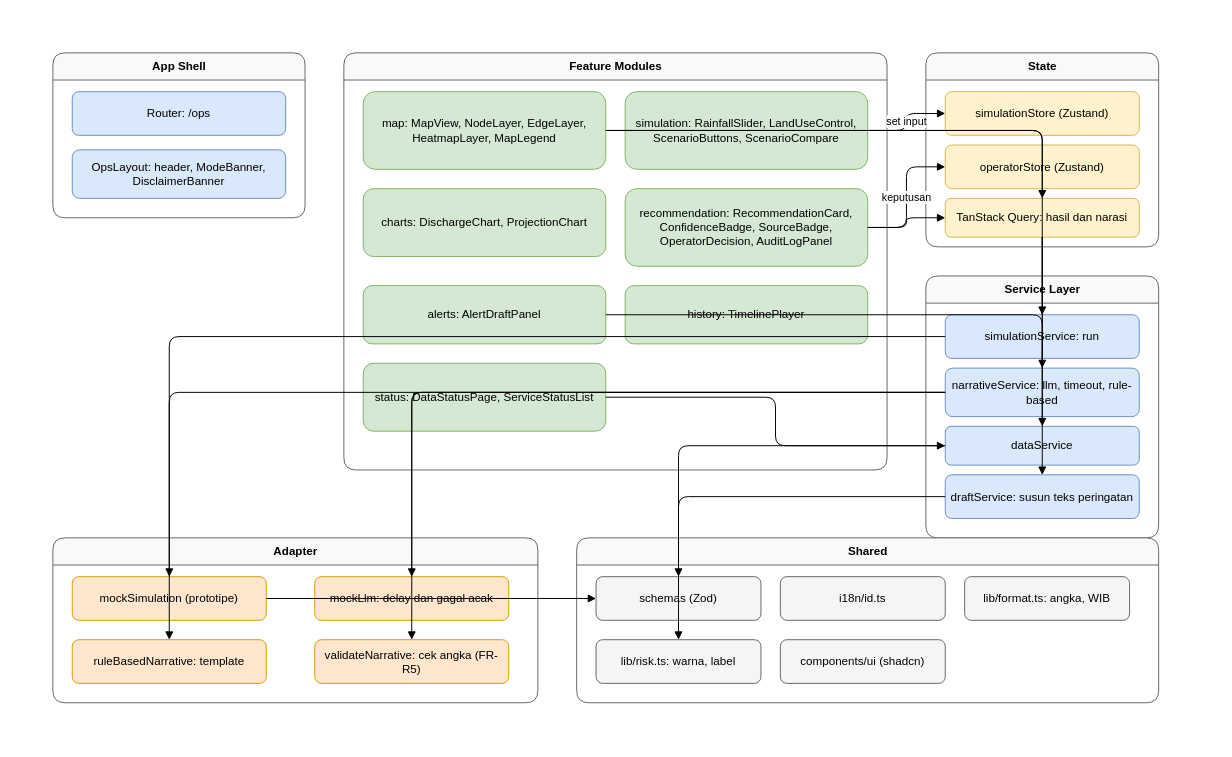
The draw.io diagram docs/diagrams/03-component-frontend.drawio in argonurcahyo/si_bridges, before the edit. Source tidied: cells renumbered, new cells numbered last; positions are measured from the earlier drawing's top-left corner, leaving out a move shared by most shapes. Both pictures are drawn from the tidied source at 97%, with x=0, y=0 at pixel (52, 52).
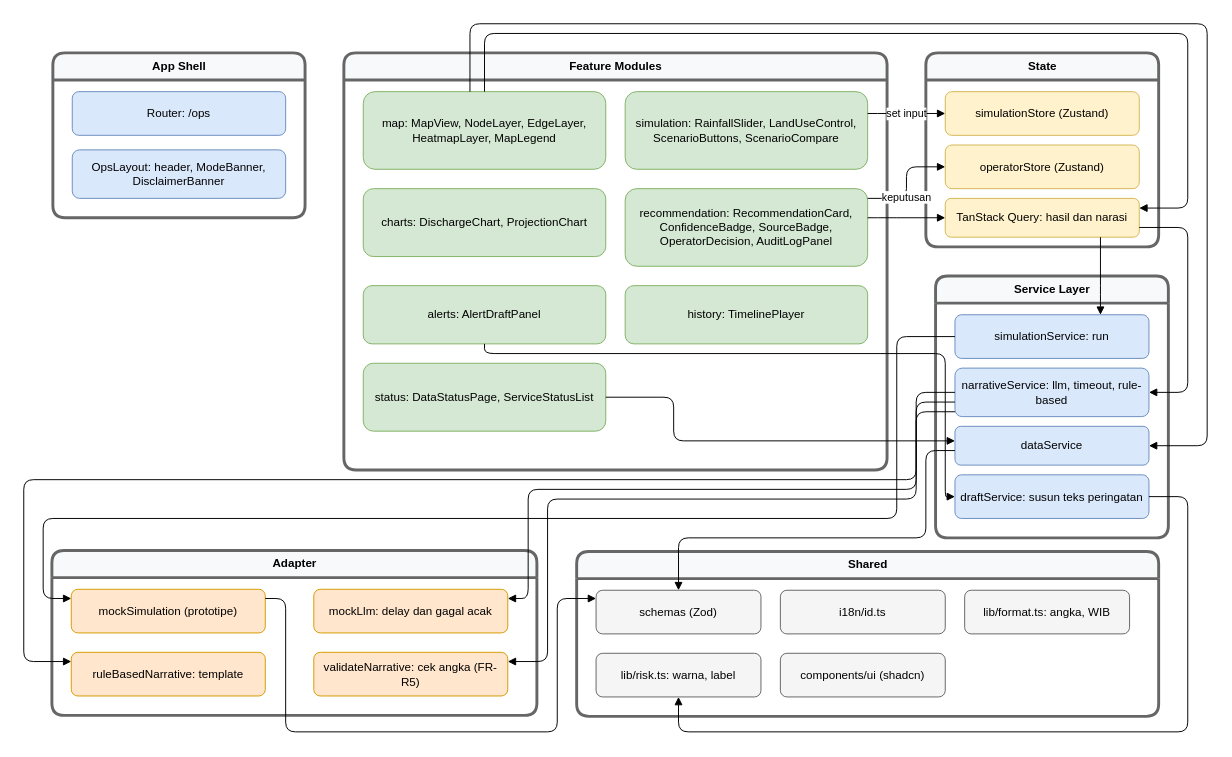
After the change.

The change refers to these unchanged cells:
```xml
<mxCell id="6" value="map: MapView, NodeLayer, EdgeLayer, HeatmapLayer, MapLegend" style="rounded=1;whiteSpace=wrap;html=1;fillColor=#D5E8D4;strokeColor=#82B366;" parent="5" vertex="1">
  <mxGeometry x="20" y="40" width="250" height="80" as="geometry" />
</mxCell>
<mxCell id="7" value="simulation: RainfallSlider, LandUseControl, ScenarioButtons, ScenarioCompare" style="rounded=1;whiteSpace=wrap;html=1;fillColor=#D5E8D4;strokeColor=#82B366;" parent="5" vertex="1">
  <mxGeometry x="290" y="40" width="250" height="80" as="geometry" />
</mxCell>
<mxCell id="9" value="recommendation: RecommendationCard, ConfidenceBadge, SourceBadge, OperatorDecision, AuditLogPanel" style="rounded=1;whiteSpace=wrap;html=1;fillColor=#D5E8D4;strokeColor=#82B366;" parent="5" vertex="1">
  <mxGeometry x="290" y="140" width="250" height="80" as="geometry" />
</mxCell>
<mxCell id="10" value="alerts: AlertDraftPanel" style="rounded=1;whiteSpace=wrap;html=1;fillColor=#D5E8D4;strokeColor=#82B366;" parent="5" vertex="1">
  <mxGeometry x="20" y="240" width="250" height="60" as="geometry" />
</mxCell>
<mxCell id="12" value="status: DataStatusPage, ServiceStatusList" style="rounded=1;whiteSpace=wrap;html=1;fillColor=#D5E8D4;strokeColor=#82B366;" parent="5" vertex="1">
  <mxGeometry x="20" y="320" width="250" height="70" as="geometry" />
</mxCell>
<mxCell id="14" value="simulationStore (Zustand)" style="rounded=1;whiteSpace=wrap;html=1;fillColor=#FFF2CC;strokeColor=#D6B656;" parent="13" vertex="1">
  <mxGeometry x="20" y="40" width="200" height="45" as="geometry" />
</mxCell>
<mxCell id="15" value="operatorStore (Zustand)" style="rounded=1;whiteSpace=wrap;html=1;fillColor=#FFF2CC;strokeColor=#D6B656;" parent="13" vertex="1">
  <mxGeometry x="20" y="95" width="200" height="45" as="geometry" />
</mxCell>
<mxCell id="16" value="TanStack Query: hasil dan narasi" style="rounded=1;whiteSpace=wrap;html=1;fillColor=#FFF2CC;strokeColor=#D6B656;" parent="13" vertex="1">
  <mxGeometry x="20" y="150" width="200" height="40" as="geometry" />
</mxCell>
<mxCell id="18" value="simulationService: run" style="rounded=1;whiteSpace=wrap;html=1;fillColor=#DAE8FC;strokeColor=#6C8EBF;" parent="17" vertex="1">
  <mxGeometry x="20" y="40" width="200" height="45" as="geometry" />
</mxCell>
<mxCell id="19" value="narrativeService: llm, timeout, rule-based" style="rounded=1;whiteSpace=wrap;html=1;fillColor=#DAE8FC;strokeColor=#6C8EBF;" parent="17" vertex="1">
  <mxGeometry x="20" y="95" width="200" height="50" as="geometry" />
</mxCell>
<mxCell id="20" value="dataService" style="rounded=1;whiteSpace=wrap;html=1;fillColor=#DAE8FC;strokeColor=#6C8EBF;" parent="17" vertex="1">
  <mxGeometry x="20" y="155" width="200" height="40" as="geometry" />
</mxCell>
<mxCell id="21" value="draftService: susun teks peringatan" style="rounded=1;whiteSpace=wrap;html=1;fillColor=#DAE8FC;strokeColor=#6C8EBF;" parent="17" vertex="1">
  <mxGeometry x="20" y="205" width="200" height="45" as="geometry" />
</mxCell>
<mxCell id="23" value="mockSimulation (prototipe)" style="rounded=1;whiteSpace=wrap;html=1;fillColor=#FFE6CC;strokeColor=#D79B00;" parent="22" vertex="1">
  <mxGeometry x="20" y="40" width="200" height="45" as="geometry" />
</mxCell>
<mxCell id="24" value="mockLlm: delay dan gagal acak" style="rounded=1;whiteSpace=wrap;html=1;fillColor=#FFE6CC;strokeColor=#D79B00;" parent="22" vertex="1">
  <mxGeometry x="270" y="40" width="200" height="45" as="geometry" />
</mxCell>
<mxCell id="25" value="ruleBasedNarrative: template" style="rounded=1;whiteSpace=wrap;html=1;fillColor=#FFE6CC;strokeColor=#D79B00;" parent="22" vertex="1">
  <mxGeometry x="20" y="105" width="200" height="45" as="geometry" />
</mxCell>
<mxCell id="26" value="validateNarrative: cek angka (FR-R5)" style="rounded=1;whiteSpace=wrap;html=1;fillColor=#FFE6CC;strokeColor=#D79B00;" parent="22" vertex="1">
  <mxGeometry x="270" y="105" width="200" height="45" as="geometry" />
</mxCell>
<mxCell id="28" value="schemas (Zod)" style="rounded=1;whiteSpace=wrap;html=1;fillColor=#F5F5F5;strokeColor=#666666;" parent="27" vertex="1">
  <mxGeometry x="20" y="40" width="170" height="45" as="geometry" />
</mxCell>
<mxCell id="31" value="lib/risk.ts: warna, label" style="rounded=1;whiteSpace=wrap;html=1;fillColor=#F5F5F5;strokeColor=#666666;" parent="27" vertex="1">
  <mxGeometry x="20" y="105" width="170" height="45" as="geometry" />
</mxCell>
```

Diff of the diagram source:
```diff
@@
-    <mxCell id="2" value="App Shell" style="swimlane;startSize=28;html=1;fillColor=#F8F9FA;strokeColor=#666666;rounded=1;" parent="1" vertex="1">
+    <mxCell id="2" value="App Shell" style="swimlane;startSize=28;html=1;fillColor=#F8F9FA;strokeColor=#666666;rounded=1;strokeWidth=3;" parent="1" vertex="1">
       <mxGeometry width="260" height="170" as="geometry" />
     </mxCell>
@@
-    <mxCell id="5" value="Feature Modules" style="swimlane;startSize=28;html=1;fillColor=#F8F9FA;strokeColor=#666666;rounded=1;" parent="1" vertex="1">
+    <mxCell id="5" value="Feature Modules" style="swimlane;startSize=28;html=1;fillColor=#F8F9FA;strokeColor=#666666;rounded=1;strokeWidth=3;" parent="1" vertex="1">
       <mxGeometry x="300" width="560" height="430" as="geometry" />
     </mxCell>
@@
-    <mxCell id="13" value="State" style="swimlane;startSize=28;html=1;fillColor=#F8F9FA;strokeColor=#666666;rounded=1;" parent="1" vertex="1">
+    <mxCell id="13" value="State" style="swimlane;startSize=28;html=1;fillColor=#F8F9FA;strokeColor=#666666;rounded=1;strokeWidth=3;" parent="1" vertex="1">
       <mxGeometry x="900" width="240" height="200" as="geometry" />
     </mxCell>
@@
-    <mxCell id="17" value="Service Layer" style="swimlane;startSize=28;html=1;fillColor=#F8F9FA;strokeColor=#666666;rounded=1;" parent="1" vertex="1">
-      <mxGeometry x="900" y="230" width="240" height="270" as="geometry" />
+    <mxCell id="17" value="Service Layer" style="swimlane;startSize=28;html=1;fillColor=#F8F9FA;strokeColor=#666666;rounded=1;strokeWidth=3;" parent="1" vertex="1">
+      <mxGeometry x="910" y="230" width="240" height="270" as="geometry" />
     </mxCell>
@@
-    <mxCell id="22" value="Adapter" style="swimlane;startSize=28;html=1;fillColor=#F8F9FA;strokeColor=#666666;rounded=1;" parent="1" vertex="1">
-      <mxGeometry y="500" width="500" height="170" as="geometry" />
+    <mxCell id="22" value="Adapter" style="swimlane;startSize=28;html=1;fillColor=#F8F9FA;strokeColor=#666666;rounded=1;strokeWidth=3;" parent="1" vertex="1">
+      <mxGeometry x="-1" y="513" width="500" height="170" as="geometry" />
     </mxCell>
@@
-    <mxCell id="27" value="Shared" style="swimlane;startSize=28;html=1;fillColor=#F8F9FA;strokeColor=#666666;rounded=1;" parent="1" vertex="1">
-      <mxGeometry x="540" y="500" width="600" height="170" as="geometry" />
+    <mxCell id="27" value="Shared" style="swimlane;startSize=28;html=1;fillColor=#F8F9FA;strokeColor=#666666;rounded=1;strokeWidth=3;" parent="1" vertex="1">
+      <mxGeometry x="540" y="514" width="600" height="170" as="geometry" />
     </mxCell>
@@
     <mxCell id="33" style="edgeStyle=orthogonalEdgeStyle;html=1;endArrow=block;endFill=1;" parent="1" edge="1" source="6" target="16">
-      <mxGeometry relative="1" as="geometry" />
+      <mxGeometry x="-0.21" relative="1" as="geometry">
+        <Array as="points">
+          <mxPoint x="445" y="-20" />
+          <mxPoint x="1170" y="-20" />
+          <mxPoint x="1170" y="160" />
+        </Array>
+      </mxGeometry>
     </mxCell>
     <mxCell id="34" value="set input" style="edgeStyle=orthogonalEdgeStyle;html=1;endArrow=block;endFill=1;" parent="1" edge="1" source="7" target="14">
-      <mxGeometry relative="1" as="geometry" />
+      <mxGeometry relative="1" as="geometry">
+        <Array as="points">
+          <mxPoint x="860" y="62.5" />
+          <mxPoint x="860" y="62.5" />
+        </Array>
+      </mxGeometry>
     </mxCell>
     <mxCell id="35" value="keputusan" style="edgeStyle=orthogonalEdgeStyle;html=1;endArrow=block;endFill=1;" parent="1" edge="1" source="9" target="15">
-      <mxGeometry relative="1" as="geometry" />
+      <mxGeometry x="-0.27" relative="1" as="geometry">
+        <Array as="points">
+          <mxPoint x="880" y="150" />
+          <mxPoint x="880" y="117.5" />
+        </Array>
+      </mxGeometry>
     </mxCell>
     <mxCell id="36" style="edgeStyle=orthogonalEdgeStyle;html=1;endArrow=block;endFill=1;" parent="1" edge="1" source="9" target="16">
-      <mxGeometry relative="1" as="geometry" />
+      <mxGeometry x="0.1" relative="1" as="geometry">
+        <Array as="points">
+          <mxPoint x="860" y="170" />
+          <mxPoint x="860" y="170" />
+        </Array>
+      </mxGeometry>
     </mxCell>
     <mxCell id="37" style="edgeStyle=orthogonalEdgeStyle;html=1;endArrow=block;endFill=1;" parent="1" edge="1" source="16" target="18">
-      <mxGeometry relative="1" as="geometry" />
+      <mxGeometry relative="1" as="geometry">
+        <Array as="points">
+          <mxPoint x="1080" y="250" />
+          <mxPoint x="1080" y="250" />
+        </Array>
+      </mxGeometry>
     </mxCell>
     <mxCell id="38" style="edgeStyle=orthogonalEdgeStyle;html=1;endArrow=block;endFill=1;" parent="1" edge="1" source="16" target="19">
-      <mxGeometry relative="1" as="geometry" />
+      <mxGeometry x="-0.03" relative="1" as="geometry">
+        <Array as="points">
+          <mxPoint x="1170" y="180" />
+          <mxPoint x="1170" y="350" />
+        </Array>
+      </mxGeometry>
     </mxCell>
     <mxCell id="39" style="edgeStyle=orthogonalEdgeStyle;html=1;endArrow=block;endFill=1;" parent="1" edge="1" source="6" target="20">
-      <mxGeometry relative="1" as="geometry" />
+      <mxGeometry x="-0.27" relative="1" as="geometry">
+        <Array as="points">
+          <mxPoint x="430" y="-30" />
+          <mxPoint x="1190" y="-30" />
+          <mxPoint x="1190" y="405" />
+        </Array>
+      </mxGeometry>
     </mxCell>
     <mxCell id="40" style="edgeStyle=orthogonalEdgeStyle;html=1;endArrow=block;endFill=1;" parent="1" edge="1" source="10" target="21">
-      <mxGeometry relative="1" as="geometry" />
+      <mxGeometry x="0.15" relative="1" as="geometry">
+        <Array as="points">
+          <mxPoint x="445" y="310" />
+          <mxPoint x="920" y="310" />
+          <mxPoint x="920" y="457.5" />
+        </Array>
+      </mxGeometry>
     </mxCell>
     <mxCell id="41" style="edgeStyle=orthogonalEdgeStyle;html=1;endArrow=block;endFill=1;" parent="1" edge="1" source="12" target="20">
-      <mxGeometry relative="1" as="geometry" />
+      <mxGeometry x="0.01" relative="1" as="geometry">
+        <Array as="points">
+          <mxPoint x="640" y="355" />
+          <mxPoint x="640" y="400" />
+        </Array>
+      </mxGeometry>
     </mxCell>
     <mxCell id="42" style="edgeStyle=orthogonalEdgeStyle;html=1;endArrow=block;endFill=1;" parent="1" edge="1" source="18" target="23">
-      <mxGeometry relative="1" as="geometry" />
+      <mxGeometry x="-0.22" relative="1" as="geometry">
+        <Array as="points">
+          <mxPoint x="870" y="292.5" />
+          <mxPoint x="870" y="480" />
+          <mxPoint x="-10" y="480" />
+          <mxPoint x="-10" y="562.5" />
+        </Array>
+      </mxGeometry>
     </mxCell>
     <mxCell id="43" style="edgeStyle=orthogonalEdgeStyle;html=1;endArrow=block;endFill=1;" parent="1" edge="1" source="19" target="24">
-      <mxGeometry relative="1" as="geometry" />
+      <mxGeometry x="-0.03" relative="1" as="geometry">
+        <Array as="points">
+          <mxPoint x="890" y="360" />
+          <mxPoint x="890" y="450" />
+          <mxPoint x="490" y="450" />
+          <mxPoint x="490" y="562.5" />
+        </Array>
+      </mxGeometry>
     </mxCell>
     <mxCell id="44" style="edgeStyle=orthogonalEdgeStyle;html=1;endArrow=block;endFill=1;" parent="1" edge="1" source="19" target="25">
-      <mxGeometry relative="1" as="geometry" />
+      <mxGeometry x="-0.24" relative="1" as="geometry">
+        <Array as="points">
+          <mxPoint x="890" y="350" />
+          <mxPoint x="890" y="440" />
+          <mxPoint x="-30" y="440" />
+          <mxPoint x="-30" y="627.5" />
+        </Array>
+      </mxGeometry>
     </mxCell>
     <mxCell id="45" style="edgeStyle=orthogonalEdgeStyle;html=1;endArrow=block;endFill=1;" parent="1" edge="1" source="19" target="26">
-      <mxGeometry relative="1" as="geometry" />
+      <mxGeometry x="-0.01" relative="1" as="geometry">
+        <Array as="points">
+          <mxPoint x="890" y="370" />
+          <mxPoint x="890" y="460" />
+          <mxPoint x="510" y="460" />
+          <mxPoint x="510" y="627.5" />
+        </Array>
+      </mxGeometry>
     </mxCell>
     <mxCell id="46" style="edgeStyle=orthogonalEdgeStyle;html=1;endArrow=block;endFill=1;" parent="1" edge="1" source="20" target="28">
-      <mxGeometry relative="1" as="geometry" />
+      <mxGeometry x="-0.01" relative="1" as="geometry">
+        <Array as="points">
+          <mxPoint x="900" y="410" />
+          <mxPoint x="900" y="500" />
+          <mxPoint x="645" y="500" />
+        </Array>
+      </mxGeometry>
     </mxCell>
     <mxCell id="47" style="edgeStyle=orthogonalEdgeStyle;html=1;endArrow=block;endFill=1;" parent="1" edge="1" source="23" target="28">
-      <mxGeometry relative="1" as="geometry" />
+      <mxGeometry x="-0.02" relative="1" as="geometry">
+        <Array as="points">
+          <mxPoint x="240" y="562.5" />
+          <mxPoint x="240" y="700" />
+          <mxPoint x="520" y="700" />
+          <mxPoint x="520" y="562.5" />
+        </Array>
+      </mxGeometry>
     </mxCell>
     <mxCell id="48" style="edgeStyle=orthogonalEdgeStyle;html=1;endArrow=block;endFill=1;" parent="1" edge="1" source="21" target="31">
-      <mxGeometry relative="1" as="geometry" />
+      <mxGeometry relative="1" as="geometry">
+        <Array as="points">
+          <mxPoint x="1170" y="457.5" />
+          <mxPoint x="1170" y="700" />
+          <mxPoint x="645" y="700" />
+        </Array>
+      </mxGeometry>
     </mxCell>
```
